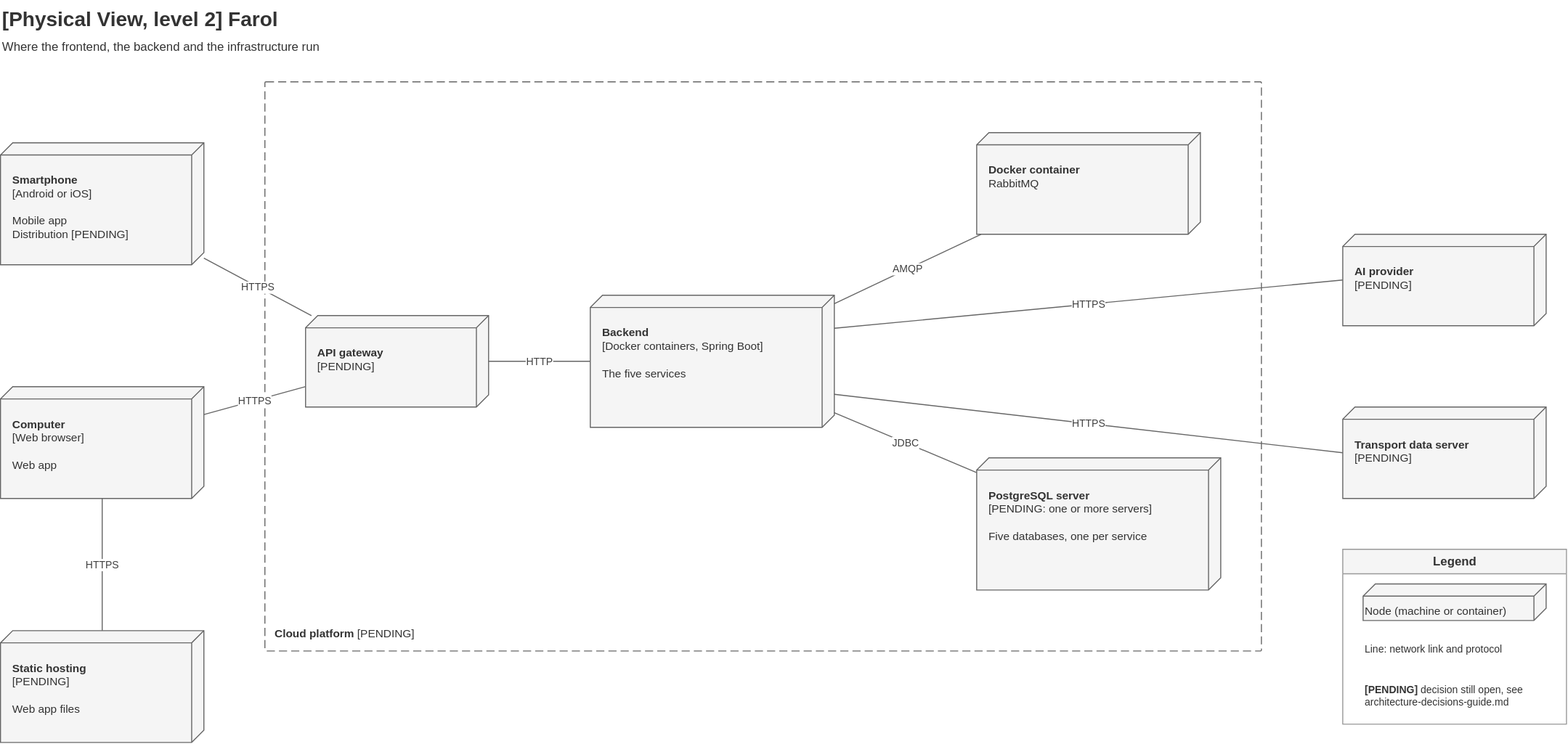
Earlier version of the draw.io export Docs/Technical/diagrams/physical-view-level-2.drawio.svg (tomasoliveira21/LABDSOF). Source tidied: cells renumbered, new cells last; positions are measured from the earlier drawing's top-left corner, leaving out a move shared by most shapes.
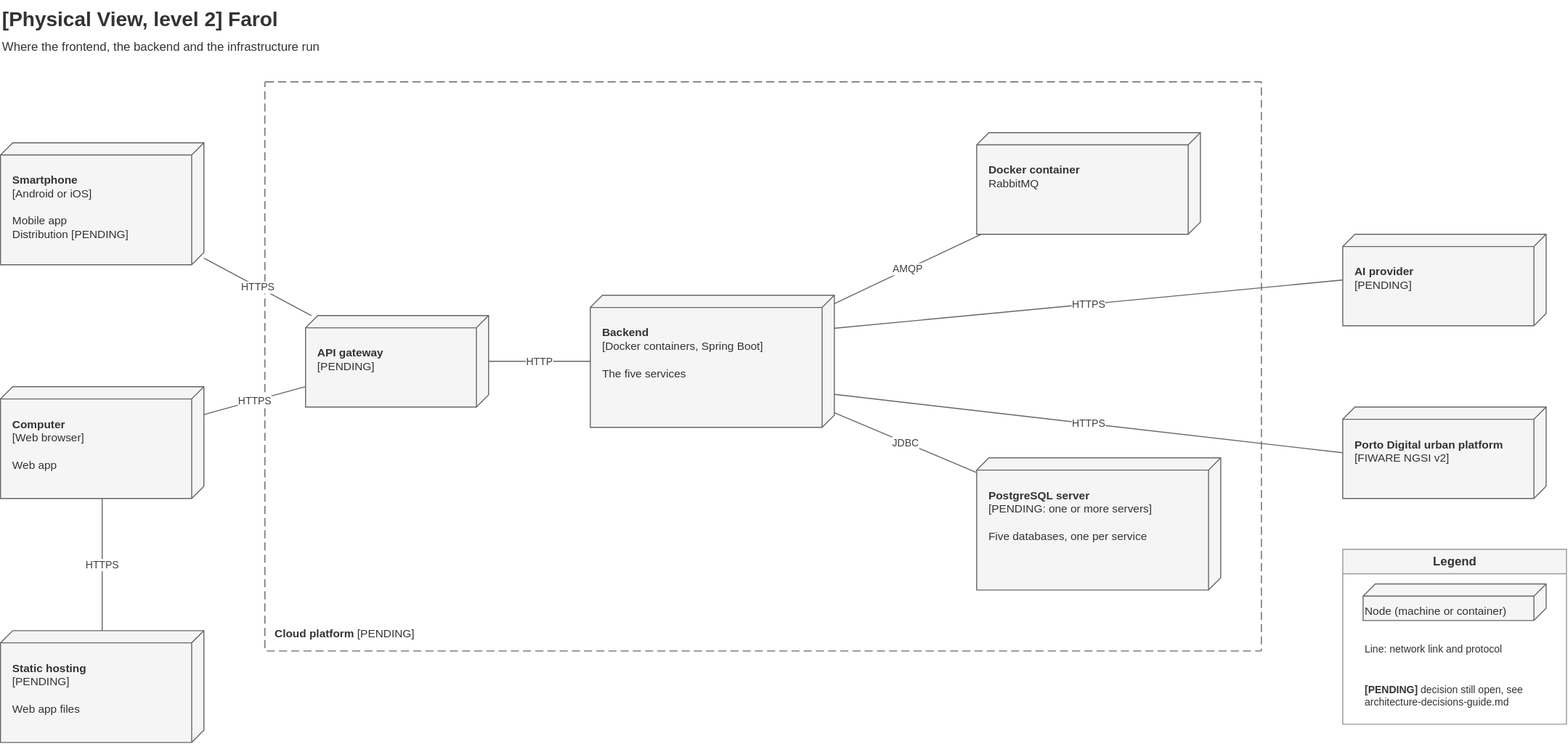
After the change.

The edit, as a diff of the source:
```diff
@@ -32,7 +32,7 @@
     <mxCell id="11" value="&lt;b&gt;AI provider&lt;/b&gt;&lt;br&gt;[PENDING]" style="shape=cube;size=12;flipH=1;whiteSpace=wrap;html=1;fillColor=#f5f5f5;strokeColor=#666666;fontColor=#333333;verticalAlign=top;align=left;spacing=12;spacingTop=14;fontSize=11;" parent="1" vertex="1">
       <mxGeometry x="1320" y="230" width="200" height="90" as="geometry" />
     </mxCell>
-    <mxCell id="12" value="&lt;b&gt;Transport data server&lt;/b&gt;&lt;br&gt;[PENDING]" style="shape=cube;size=12;flipH=1;whiteSpace=wrap;html=1;fillColor=#f5f5f5;strokeColor=#666666;fontColor=#333333;verticalAlign=top;align=left;spacing=12;spacingTop=14;fontSize=11;" parent="1" vertex="1">
+    <mxCell id="12" value="&lt;b&gt;Porto Digital urban platform&lt;/b&gt;&lt;br&gt;[FIWARE NGSI v2]" style="shape=cube;size=12;flipH=1;whiteSpace=wrap;html=1;fillColor=#f5f5f5;strokeColor=#666666;fontColor=#333333;verticalAlign=top;align=left;spacing=12;spacingTop=14;fontSize=11;" parent="1" vertex="1">
       <mxGeometry x="1320" y="400" width="200" height="90" as="geometry" />
     </mxCell>
     <mxCell id="13" value="HTTPS" style="endArrow=none;html=1;fontSize=10;fontColor=#404040;strokeColor=#666666;rounded=0;labelBackgroundColor=#ffffff;" parent="1" edge="1" source="3" target="7">
```
